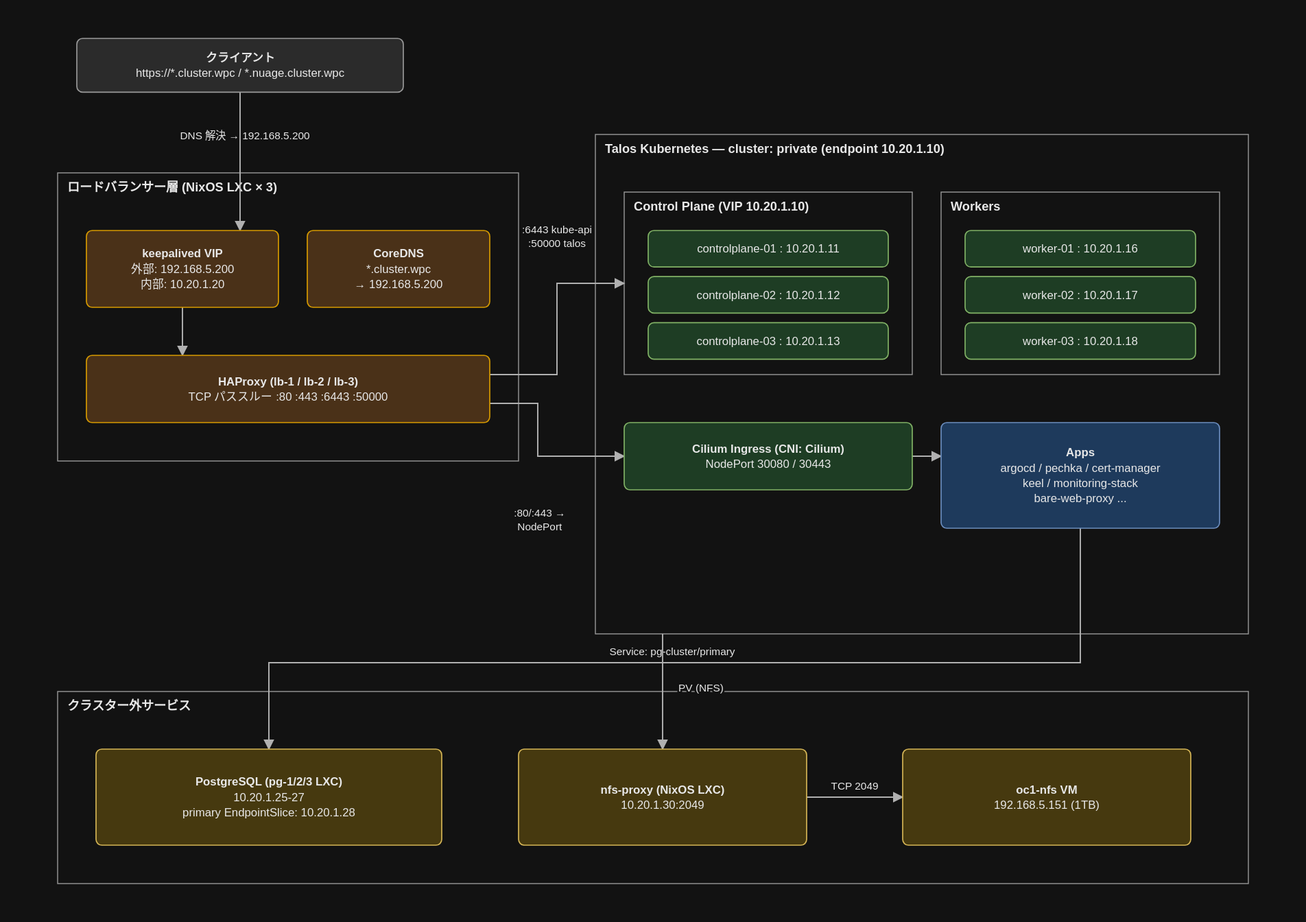
Before: docs/architecture-k8s.drawio.svg, a diagram exported from draw.io (k-wa-wa/nuage-cluster). Source tidied: cells renumbered, new cells last; positions are measured from the earlier drawing's top-left corner, leaving out a move shared by most shapes. Its diagram source:
```xml
<mxGraphModel background="#121212">
  <root>
    <mxCell id="0" />
    <mxCell id="1" parent="0" />
    <mxCell id="2" value="クライアント&lt;br&gt;https://*.cluster.wpc / *.nuage.cluster.wpc" style="rounded=1;whiteSpace=wrap;html=1;fontSize=12;fillColor=#2b2b2b;strokeColor=#9a9a9a;fontColor=#e8e8e8;" parent="1" vertex="1">
      <mxGeometry x="20" width="340" height="56" as="geometry" />
    </mxCell>
    <mxCell id="3" value="ロードバランサー層 (NixOS LXC × 3)" style="rounded=0;whiteSpace=wrap;html=1;verticalAlign=top;align=left;spacingLeft=8;spacingTop=2;fontSize=13;fontStyle=1;fillColor=none;strokeColor=#999999;fontColor=#e8e8e8;" parent="1" vertex="1">
      <mxGeometry y="140" width="480" height="300" as="geometry" />
    </mxCell>
    <mxCell id="4" value="keepalived VIP&lt;br&gt;外部: 192.168.5.200&lt;br&gt;内部: 10.20.1.20" style="rounded=1;whiteSpace=wrap;html=1;fontSize=12;fillColor=#4a3118;strokeColor=#d79b00;fontColor=#e8e8e8;" parent="1" vertex="1">
      <mxGeometry x="30" y="200" width="200" height="80" as="geometry" />
    </mxCell>
    <mxCell id="5" value="CoreDNS&lt;br&gt;*.cluster.wpc&lt;br&gt;→ 192.168.5.200" style="rounded=1;whiteSpace=wrap;html=1;fontSize=12;fillColor=#4a3118;strokeColor=#d79b00;fontColor=#e8e8e8;" parent="1" vertex="1">
      <mxGeometry x="260" y="200" width="190" height="80" as="geometry" />
    </mxCell>
    <mxCell id="6" value="HAProxy (lb-1 / lb-2 / lb-3)&lt;br&gt;TCP パススルー :80 :443 :6443 :50000" style="rounded=1;whiteSpace=wrap;html=1;fontSize=12;fillColor=#4a3118;strokeColor=#d79b00;fontColor=#e8e8e8;" parent="1" vertex="1">
      <mxGeometry x="30" y="330" width="420" height="70" as="geometry" />
    </mxCell>
    <mxCell id="7" value="Talos Kubernetes — cluster: private (endpoint 10.20.1.10)" style="rounded=0;whiteSpace=wrap;html=1;verticalAlign=top;align=left;spacingLeft=8;spacingTop=2;fontSize=13;fontStyle=1;fillColor=none;strokeColor=#999999;fontColor=#e8e8e8;" parent="1" vertex="1">
      <mxGeometry x="560" y="100" width="680" height="520" as="geometry" />
    </mxCell>
    <mxCell id="8" value="Control Plane (VIP 10.20.1.10)" style="rounded=0;whiteSpace=wrap;html=1;verticalAlign=top;align=left;spacingLeft=8;spacingTop=2;fontSize=13;fontStyle=1;fillColor=none;strokeColor=#999999;fontColor=#e8e8e8;" parent="1" vertex="1">
      <mxGeometry x="590" y="160" width="300" height="190" as="geometry" />
    </mxCell>
    <mxCell id="9" value="controlplane-01 : 10.20.1.11" style="rounded=1;whiteSpace=wrap;html=1;fontSize=12;fillColor=#1e3d24;strokeColor=#82b366;fontColor=#e8e8e8;" parent="1" vertex="1">
      <mxGeometry x="615" y="200" width="250" height="38" as="geometry" />
    </mxCell>
    <mxCell id="10" value="controlplane-02 : 10.20.1.12" style="rounded=1;whiteSpace=wrap;html=1;fontSize=12;fillColor=#1e3d24;strokeColor=#82b366;fontColor=#e8e8e8;" parent="1" vertex="1">
      <mxGeometry x="615" y="248" width="250" height="38" as="geometry" />
    </mxCell>
    <mxCell id="11" value="controlplane-03 : 10.20.1.13" style="rounded=1;whiteSpace=wrap;html=1;fontSize=12;fillColor=#1e3d24;strokeColor=#82b366;fontColor=#e8e8e8;" parent="1" vertex="1">
      <mxGeometry x="615" y="296" width="250" height="38" as="geometry" />
    </mxCell>
    <mxCell id="12" value="Workers" style="rounded=0;whiteSpace=wrap;html=1;verticalAlign=top;align=left;spacingLeft=8;spacingTop=2;fontSize=13;fontStyle=1;fillColor=none;strokeColor=#999999;fontColor=#e8e8e8;" parent="1" vertex="1">
      <mxGeometry x="920" y="160" width="290" height="190" as="geometry" />
    </mxCell>
    <mxCell id="13" value="worker-01 : 10.20.1.16" style="rounded=1;whiteSpace=wrap;html=1;fontSize=12;fillColor=#1e3d24;strokeColor=#82b366;fontColor=#e8e8e8;" parent="1" vertex="1">
      <mxGeometry x="945" y="200" width="240" height="38" as="geometry" />
    </mxCell>
    <mxCell id="14" value="worker-02 : 10.20.1.17" style="rounded=1;whiteSpace=wrap;html=1;fontSize=12;fillColor=#1e3d24;strokeColor=#82b366;fontColor=#e8e8e8;" parent="1" vertex="1">
      <mxGeometry x="945" y="248" width="240" height="38" as="geometry" />
    </mxCell>
    <mxCell id="15" value="worker-03 : 10.20.1.18" style="rounded=1;whiteSpace=wrap;html=1;fontSize=12;fillColor=#1e3d24;strokeColor=#82b366;fontColor=#e8e8e8;" parent="1" vertex="1">
      <mxGeometry x="945" y="296" width="240" height="38" as="geometry" />
    </mxCell>
    <mxCell id="16" value="Cilium Ingress (CNI: Cilium)&lt;br&gt;NodePort 30080 / 30443" style="rounded=1;whiteSpace=wrap;html=1;fontSize=12;fillColor=#1e3d24;strokeColor=#82b366;fontColor=#e8e8e8;" parent="1" vertex="1">
      <mxGeometry x="590" y="400" width="300" height="70" as="geometry" />
    </mxCell>
    <mxCell id="17" value="Apps&lt;br&gt;argocd / pechka / cert-manager&lt;br&gt;keel / monitoring-stack&lt;br&gt;bare-web-proxy ..." style="rounded=1;whiteSpace=wrap;html=1;fontSize=12;fillColor=#1e3a5c;strokeColor=#6c8ebf;fontColor=#e8e8e8;" parent="1" vertex="1">
      <mxGeometry x="920" y="400" width="290" height="110" as="geometry" />
    </mxCell>
    <mxCell id="18" value="クラスター外サービス" style="rounded=0;whiteSpace=wrap;html=1;verticalAlign=top;align=left;spacingLeft=8;spacingTop=2;fontSize=13;fontStyle=1;fillColor=none;strokeColor=#999999;fontColor=#e8e8e8;" parent="1" vertex="1">
      <mxGeometry y="680" width="1240" height="200" as="geometry" />
    </mxCell>
    <mxCell id="19" value="PostgreSQL (pg-1/2/3 LXC)&lt;br&gt;10.20.1.25-27&lt;br&gt;primary EndpointSlice: 10.20.1.28" style="rounded=1;whiteSpace=wrap;html=1;fontSize=12;fillColor=#46390f;strokeColor=#d6b656;fontColor=#e8e8e8;" parent="1" vertex="1">
      <mxGeometry x="40" y="740" width="360" height="100" as="geometry" />
    </mxCell>
    <mxCell id="20" value="nfs-proxy (NixOS LXC)&lt;br&gt;10.20.1.30:2049" style="rounded=1;whiteSpace=wrap;html=1;fontSize=12;fillColor=#46390f;strokeColor=#d6b656;fontColor=#e8e8e8;" parent="1" vertex="1">
      <mxGeometry x="480" y="740" width="300" height="100" as="geometry" />
    </mxCell>
    <mxCell id="21" value="oc1-nfs VM&lt;br&gt;192.168.5.151 (1TB)" style="rounded=1;whiteSpace=wrap;html=1;fontSize=12;fillColor=#46390f;strokeColor=#d6b656;fontColor=#e8e8e8;" parent="1" vertex="1">
      <mxGeometry x="880" y="740" width="300" height="100" as="geometry" />
    </mxCell>
    <mxCell id="22" style="edgeStyle=orthogonalEdgeStyle;rounded=0;html=1;fontSize=11;exitX=0.5;exitY=1.0;exitDx=0;exitDy=0;entryX=0.238;entryY=0.0;entryDx=0;entryDy=0;" parent="1" edge="1" source="4" target="6">
      <mxGeometry relative="1" as="geometry" />
    </mxCell>
    <mxCell id="23" style="edgeStyle=orthogonalEdgeStyle;rounded=0;html=1;fontSize=11;exitX=1.0;exitY=0.5;exitDx=0;exitDy=0;entryX=0.0;entryY=0.318;entryDx=0;entryDy=0;" parent="1" edge="1" source="16" target="17">
      <mxGeometry relative="1" as="geometry" />
    </mxCell>
    <mxCell id="24" value="TCP 2049" style="edgeStyle=orthogonalEdgeStyle;rounded=0;html=1;fontSize=11;exitX=1.0;exitY=0.5;exitDx=0;exitDy=0;entryX=0.0;entryY=0.5;entryDx=0;entryDy=0;" parent="1" edge="1" source="20" target="21">
      <mxGeometry relative="1" as="geometry" />
    </mxCell>
    <mxCell id="25" value="DNS 解決 → 192.168.5.200" style="edgeStyle=orthogonalEdgeStyle;rounded=0;html=1;fontSize=11;exitX=0.5;exitY=1.0;exitDx=0;exitDy=0;entryX=0.8;entryY=0.0;entryDx=0;entryDy=0;" parent="1" edge="1" source="2" target="4">
      <mxGeometry relative="1" as="geometry" />
    </mxCell>
    <mxCell id="26" value=":6443 kube-api&lt;br&gt;:50000 talos" style="edgeStyle=orthogonalEdgeStyle;rounded=0;html=1;fontSize=11;exitX=1.0;exitY=0.286;exitDx=0;exitDy=0;entryX=0.0;entryY=0.5;entryDx=0;entryDy=0;" parent="1" edge="1" source="6" target="8">
      <mxGeometry relative="1" as="geometry">
        <Array as="points">
          <mxPoint x="520" y="350" />
          <mxPoint x="520" y="255" />
        </Array>
      </mxGeometry>
    </mxCell>
    <mxCell id="27" value=":80/:443 →&lt;br&gt;NodePort" style="edgeStyle=orthogonalEdgeStyle;rounded=0;html=1;fontSize=11;exitX=1.0;exitY=0.714;exitDx=0;exitDy=0;entryX=0.0;entryY=0.5;entryDx=0;entryDy=0;" parent="1" edge="1" source="6" target="16">
      <mxGeometry relative="1" as="geometry">
        <Array as="points">
          <mxPoint x="500" y="380" />
          <mxPoint x="500" y="435" />
        </Array>
      </mxGeometry>
    </mxCell>
    <mxCell id="28" value="Service: pg-cluster/primary" style="edgeStyle=orthogonalEdgeStyle;rounded=0;html=1;fontSize=11;exitX=0.5;exitY=1.0;exitDx=0;exitDy=0;entryX=0.5;entryY=0.0;entryDx=0;entryDy=0;" parent="1" edge="1" source="17" target="19">
      <mxGeometry relative="1" as="geometry">
        <Array as="points">
          <mxPoint x="1065" y="650" />
          <mxPoint x="220" y="650" />
        </Array>
      </mxGeometry>
    </mxCell>
    <mxCell id="29" value="PV (NFS)" style="edgeStyle=orthogonalEdgeStyle;rounded=0;html=1;fontSize=11;exitX=0.103;exitY=1.0;exitDx=0;exitDy=0;entryX=0.5;entryY=0.0;entryDx=0;entryDy=0;" parent="1" edge="1" source="7" target="20">
      <mxGeometry relative="1" as="geometry" />
    </mxCell>
  </root>
</mxGraphModel>
```
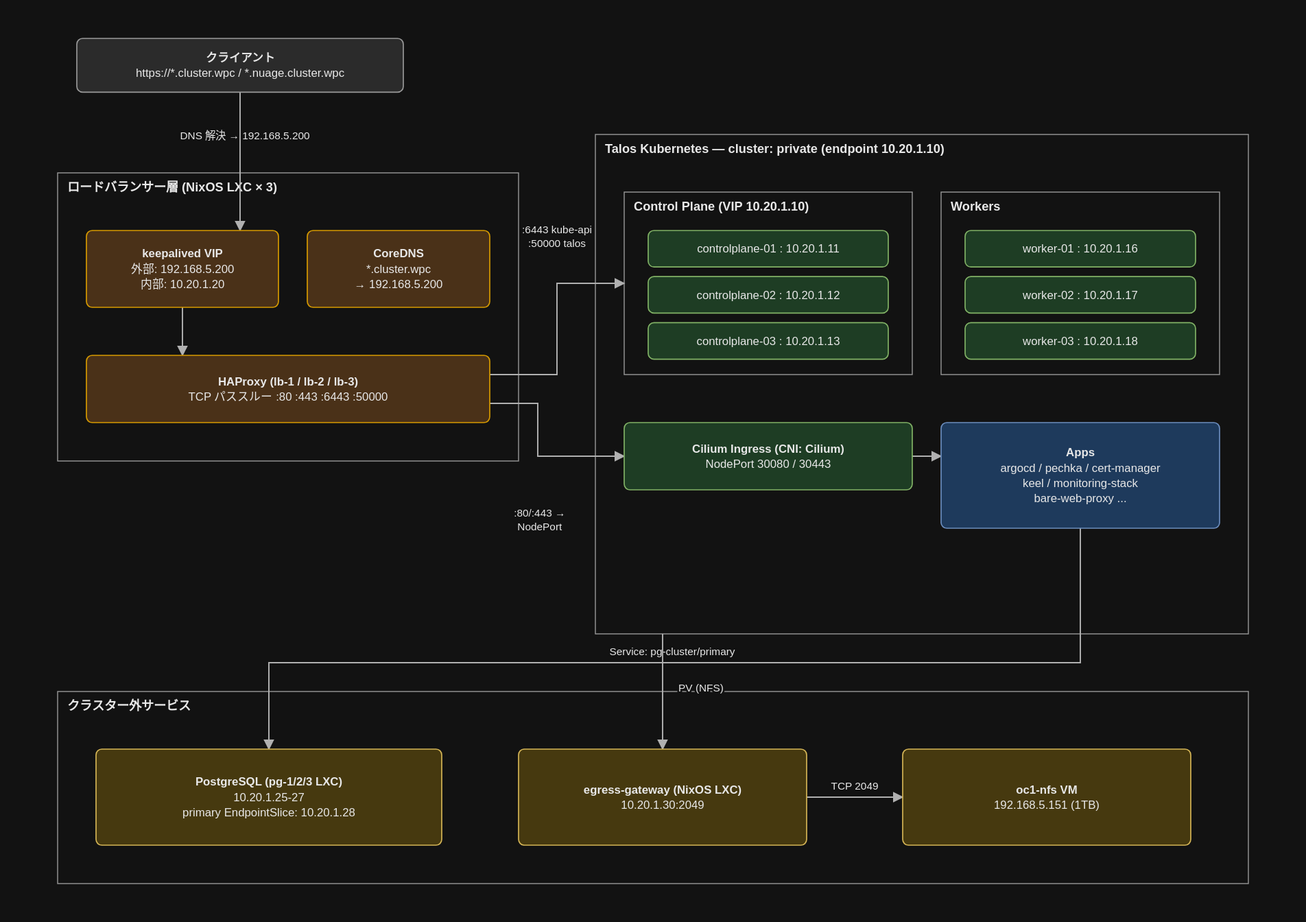
After the commit.

The edit, as a diff of the source:
```diff
@@ -56,7 +56,7 @@
     <mxCell id="19" value="PostgreSQL (pg-1/2/3 LXC)&lt;br&gt;10.20.1.25-27&lt;br&gt;primary EndpointSlice: 10.20.1.28" style="rounded=1;whiteSpace=wrap;html=1;fontSize=12;fillColor=#46390f;strokeColor=#d6b656;fontColor=#e8e8e8;" parent="1" vertex="1">
       <mxGeometry x="40" y="740" width="360" height="100" as="geometry" />
     </mxCell>
-    <mxCell id="20" value="nfs-proxy (NixOS LXC)&lt;br&gt;10.20.1.30:2049" style="rounded=1;whiteSpace=wrap;html=1;fontSize=12;fillColor=#46390f;strokeColor=#d6b656;fontColor=#e8e8e8;" parent="1" vertex="1">
+    <mxCell id="20" value="egress-gateway (NixOS LXC)&lt;br&gt;10.20.1.30:2049" style="rounded=1;whiteSpace=wrap;html=1;fontSize=12;fillColor=#46390f;strokeColor=#d6b656;fontColor=#e8e8e8;" parent="1" vertex="1">
       <mxGeometry x="480" y="740" width="300" height="100" as="geometry" />
     </mxCell>
     <mxCell id="21" value="oc1-nfs VM&lt;br&gt;192.168.5.151 (1TB)" style="rounded=1;whiteSpace=wrap;html=1;fontSize=12;fillColor=#46390f;strokeColor=#d6b656;fontColor=#e8e8e8;" parent="1" vertex="1">
```
